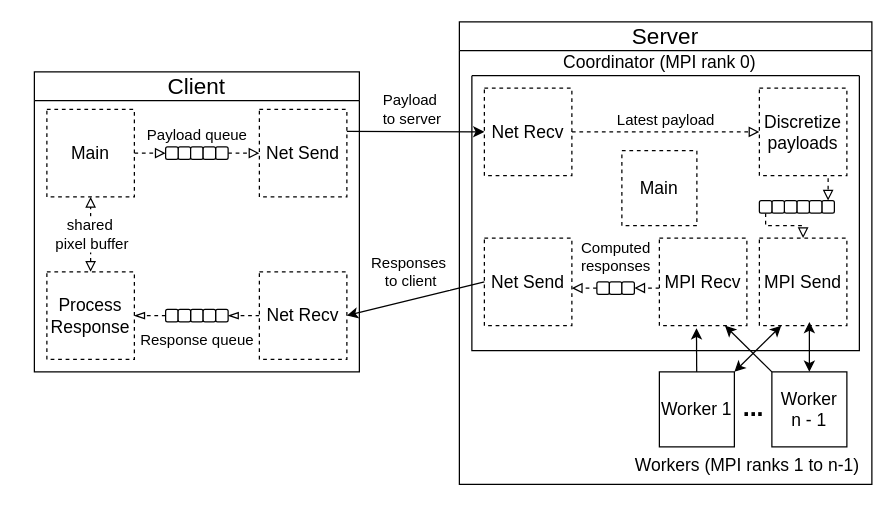
Above: papers/2025_SSCAD-WIC/figures/system_architecture.drawio in schnorr/fractal_pcad (draw.io), before the change. Source tidied: cells renumbered, new cells numbered last; positions are measured from the earlier drawing's top-left corner, leaving out a move shared by most shapes. Both pictures are drawn from the tidied source at 125%, with x=0, y=0 at pixel (34, 21).
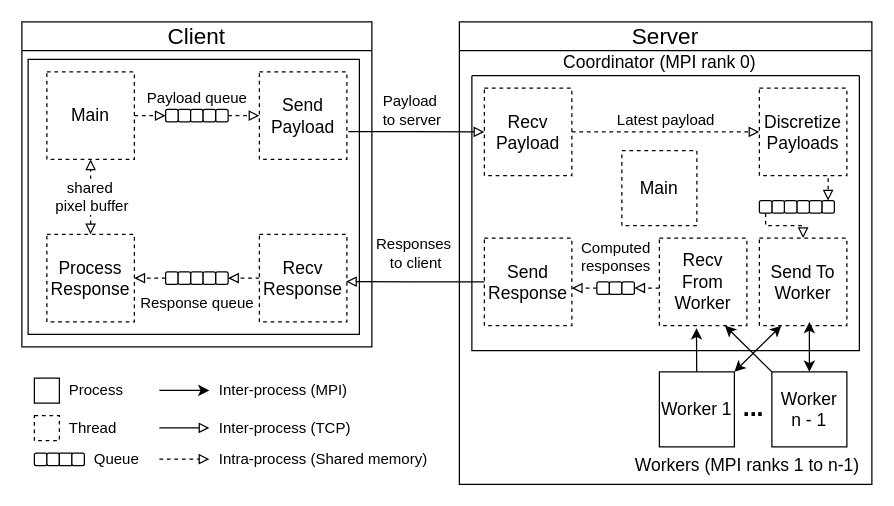
After the change.

Commit message (it also covers changes not shown here):
Updated system diagram

Unchanged cells that the change refers to:
```xml
<mxCell id="3" style="swimlane;startSize=0;" parent="2" vertex="1">
  <mxGeometry x="10" y="43" width="310" height="220" as="geometry" />
</mxCell>
```

The edit, as a diff of the source:
```diff
@@
-    <mxCell id="6" value="&lt;font face=&quot;Helvetica&quot; style=&quot;font-size: 14px;&quot;&gt;Net Recv&lt;/font&gt;" style="rounded=0;whiteSpace=wrap;html=1;dashed=1;" parent="3" vertex="1">
+    <mxCell id="6" value="&lt;font face=&quot;Helvetica&quot; style=&quot;font-size: 14px;&quot;&gt;Recv Payload&lt;/font&gt;" style="rounded=0;whiteSpace=wrap;html=1;dashed=1;" parent="3" vertex="1">
       <mxGeometry x="10" y="10" width="70" height="70" as="geometry" />
     </mxCell>
-    <mxCell id="7" value="&lt;font face=&quot;Helvetica&quot; style=&quot;font-size: 14px;&quot;&gt;Net Send&lt;/font&gt;" style="whiteSpace=wrap;html=1;dashed=1;" parent="3" vertex="1">
+    <mxCell id="7" value="&lt;font face=&quot;Helvetica&quot; style=&quot;font-size: 14px;&quot;&gt;Send Response&lt;/font&gt;" style="whiteSpace=wrap;html=1;dashed=1;" parent="3" vertex="1">
       <mxGeometry x="10" y="130" width="70" height="70" as="geometry" />
     </mxCell>
@@
-    <mxCell id="9" value="&lt;font face=&quot;Helvetica&quot; style=&quot;font-size: 14px;&quot;&gt;Discretize payloads&lt;/font&gt;" style="rounded=0;whiteSpace=wrap;html=1;dashed=1;" parent="3" vertex="1">
+    <mxCell id="9" value="&lt;font face=&quot;Helvetica&quot; style=&quot;font-size: 14px;&quot;&gt;Discretize Payloads&lt;/font&gt;" style="rounded=0;whiteSpace=wrap;html=1;dashed=1;" parent="3" vertex="1">
       <mxGeometry x="230" y="10" width="70" height="70" as="geometry" />
     </mxCell>
-    <mxCell id="10" value="&lt;font face=&quot;Helvetica&quot; style=&quot;font-size: 14px;&quot;&gt;MPI Send&lt;/font&gt;" style="whiteSpace=wrap;html=1;dashed=1;" parent="3" vertex="1">
+    <mxCell id="10" value="&lt;font face=&quot;Helvetica&quot; style=&quot;font-size: 14px;&quot;&gt;Send To Worker&lt;/font&gt;" style="whiteSpace=wrap;html=1;dashed=1;" parent="3" vertex="1">
       <mxGeometry x="230" y="130" width="70" height="70" as="geometry" />
     </mxCell>
@@
-    <mxCell id="12" value="&lt;font style=&quot;font-size: 14px;&quot;&gt;MPI Recv&lt;/font&gt;" style="whiteSpace=wrap;html=1;dashed=1;" parent="3" vertex="1">
+    <mxCell id="12" value="&lt;font style=&quot;font-size: 14px;&quot;&gt;Recv From Worker&lt;/font&gt;" style="whiteSpace=wrap;html=1;dashed=1;" parent="3" vertex="1">
       <mxGeometry x="150" y="130" width="70" height="70" as="geometry" />
     </mxCell>
@@
     <mxCell id="35" value="&lt;font face=&quot;Helvetica&quot; style=&quot;font-size: 18px; font-weight: normal;&quot;&gt;Client&lt;/font&gt;" style="swimlane;whiteSpace=wrap;html=1;" parent="1" vertex="1">
-      <mxGeometry y="40" width="260" height="240" as="geometry" />
+      <mxGeometry x="-10" width="280" height="260" as="geometry" />
     </mxCell>
+    <mxCell id="62" style="rounded=0;whiteSpace=wrap;html=1;" parent="35" vertex="1">
+      <mxGeometry x="5" y="30" width="265" height="220" as="geometry" />
+    </mxCell>
     <mxCell id="36" style="edgeStyle=orthogonalEdgeStyle;rounded=0;jettySize=auto;html=1;entryX=0;entryY=0.5;entryDx=0;entryDy=0;endArrow=block;endFill=0;dashed=1;" parent="35" edge="1" source="37" target="49">
       <mxGeometry relative="1" as="geometry">
         <Array as="points">
-          <mxPoint x="90" y="65" />
-          <mxPoint x="90" y="65" />
+          <mxPoint x="100" y="75" />
+          <mxPoint x="100" y="75" />
         </Array>
       </mxGeometry>
     </mxCell>
     <mxCell id="37" value="&lt;font face=&quot;Helvetica&quot; style=&quot;font-size: 14px;&quot;&gt;Main&lt;/font&gt;" style="rounded=0;whiteSpace=wrap;html=1;dashed=1;" parent="35" vertex="1">
-      <mxGeometry x="10" y="30" width="70" height="70" as="geometry" />
+      <mxGeometry x="20" y="40" width="70" height="70" as="geometry" />
     </mxCell>
@@
     <mxCell id="40" value="&lt;font face=&quot;Helvetica&quot; style=&quot;font-size: 14px;&quot;&gt;Process Response&lt;/font&gt;" style="whiteSpace=wrap;html=1;dashed=1;" parent="35" vertex="1">
-      <mxGeometry x="10" y="160" width="70" height="70" as="geometry" />
+      <mxGeometry x="20" y="170" width="70" height="70" as="geometry" />
     </mxCell>
-    <mxCell id="41" value="&lt;font face=&quot;Helvetica&quot; style=&quot;font-size: 14px;&quot;&gt;Net Send&lt;/font&gt;" style="whiteSpace=wrap;html=1;dashed=1;" parent="35" vertex="1">
-      <mxGeometry x="180" y="30" width="70" height="70" as="geometry" />
+    <mxCell id="41" value="&lt;font face=&quot;Helvetica&quot; style=&quot;font-size: 14px;&quot;&gt;Send Payload&lt;/font&gt;" style="whiteSpace=wrap;html=1;dashed=1;" parent="35" vertex="1">
+      <mxGeometry x="190" y="40" width="70" height="70" as="geometry" />
     </mxCell>
-    <mxCell id="42" style="edgeStyle=orthogonalEdgeStyle;rounded=0;jettySize=auto;html=1;entryX=1;entryY=0.5;entryDx=0;entryDy=0;endArrow=blockThin;endFill=0;dashed=1;" parent="35" edge="1" source="43" target="51">
+    <mxCell id="42" style="edgeStyle=orthogonalEdgeStyle;rounded=0;jettySize=auto;html=1;entryX=1;entryY=0.5;entryDx=0;entryDy=0;endArrow=block;endFill=0;dashed=1;" parent="35" edge="1" source="43" target="51">
       <mxGeometry relative="1" as="geometry">
         <Array as="points">
-          <mxPoint x="180" y="195" />
-          <mxPoint x="180" y="195" />
+          <mxPoint x="190" y="205" />
+          <mxPoint x="190" y="205" />
         </Array>
       </mxGeometry>
     </mxCell>
-    <mxCell id="43" value="&lt;font face=&quot;Helvetica&quot; style=&quot;font-size: 14px;&quot;&gt;Net Recv&lt;/font&gt;" style="rounded=0;whiteSpace=wrap;html=1;dashed=1;" parent="35" vertex="1">
-      <mxGeometry x="180" y="160" width="70" height="70" as="geometry" />
+    <mxCell id="43" value="&lt;font face=&quot;Helvetica&quot; style=&quot;font-size: 14px;&quot;&gt;Recv Response&lt;/font&gt;" style="rounded=0;whiteSpace=wrap;html=1;dashed=1;" parent="35" vertex="1">
+      <mxGeometry x="190" y="170" width="70" height="70" as="geometry" />
     </mxCell>
     <mxCell id="44" style="rounded=1;whiteSpace=wrap;html=1;" parent="35" vertex="1">
-      <mxGeometry x="115" y="60" width="10" height="10" as="geometry" />
+      <mxGeometry x="125" y="70" width="10" height="10" as="geometry" />
     </mxCell>
     <mxCell id="45" style="edgeStyle=orthogonalEdgeStyle;rounded=0;jettySize=auto;html=1;dashed=1;endArrow=block;endFill=0;exitX=1;exitY=0.5;exitDx=0;exitDy=0;" parent="35" edge="1" source="46">
       <mxGeometry relative="1" as="geometry">
-        <mxPoint x="180" y="65" as="targetPoint" />
+        <mxPoint x="190" y="75" as="targetPoint" />
         <Array as="points">
-          <mxPoint x="160" y="65" />
+          <mxPoint x="170" y="75" />
         </Array>
       </mxGeometry>
     </mxCell>
     <mxCell id="46" style="rounded=1;whiteSpace=wrap;html=1;" parent="35" vertex="1">
-      <mxGeometry x="145" y="60" width="10" height="10" as="geometry" />
+      <mxGeometry x="155" y="70" width="10" height="10" as="geometry" />
     </mxCell>
     <mxCell id="47" style="rounded=1;whiteSpace=wrap;html=1;" parent="35" vertex="1">
-      <mxGeometry x="125" y="60" width="10" height="10" as="geometry" />
+      <mxGeometry x="135" y="70" width="10" height="10" as="geometry" />
     </mxCell>
     <mxCell id="48" style="rounded=1;whiteSpace=wrap;html=1;" parent="35" vertex="1">
-      <mxGeometry x="135" y="60" width="10" height="10" as="geometry" />
+      <mxGeometry x="145" y="70" width="10" height="10" as="geometry" />
     </mxCell>
     <mxCell id="49" style="rounded=1;whiteSpace=wrap;html=1;" parent="35" vertex="1">
-      <mxGeometry x="105" y="60" width="10" height="10" as="geometry" />
+      <mxGeometry x="115" y="70" width="10" height="10" as="geometry" />
     </mxCell>
     <mxCell id="50" value="&lt;font face=&quot;Helvetica&quot; style=&quot;font-size: 12px;&quot;&gt;Payload queue&lt;/font&gt;" style="text;html=1;align=center;verticalAlign=bottom;strokeColor=none;fillColor=none;fontSize=10;" parent="35" vertex="1">
-      <mxGeometry x="80" y="30" width="100" height="30" as="geometry" />
+      <mxGeometry x="90" y="40" width="100" height="30" as="geometry" />
     </mxCell>
     <mxCell id="51" style="rounded=1;whiteSpace=wrap;html=1;" parent="35" vertex="1">
-      <mxGeometry x="145" y="190" width="10" height="10" as="geometry" />
+      <mxGeometry x="155" y="200" width="10" height="10" as="geometry" />
     </mxCell>
     <mxCell id="52" style="rounded=1;whiteSpace=wrap;html=1;" parent="35" vertex="1">
-      <mxGeometry x="125" y="190" width="10" height="10" as="geometry" />
+      <mxGeometry x="135" y="200" width="10" height="10" as="geometry" />
     </mxCell>
     <mxCell id="53" style="rounded=1;whiteSpace=wrap;html=1;" parent="35" vertex="1">
-      <mxGeometry x="135" y="190" width="10" height="10" as="geometry" />
+      <mxGeometry x="145" y="200" width="10" height="10" as="geometry" />
     </mxCell>
-    <mxCell id="54" style="edgeStyle=orthogonalEdgeStyle;rounded=0;jettySize=auto;html=1;entryX=1;entryY=0.5;entryDx=0;entryDy=0;endArrow=blockThin;endFill=0;dashed=1;" parent="35" edge="1" source="55" target="40">
+    <mxCell id="54" style="edgeStyle=orthogonalEdgeStyle;rounded=0;jettySize=auto;html=1;entryX=1;entryY=0.5;entryDx=0;entryDy=0;endArrow=block;endFill=0;dashed=1;" parent="35" edge="1" source="55" target="40">
       <mxGeometry relative="1" as="geometry">
         <Array as="points">
-          <mxPoint x="100" y="195" />
-          <mxPoint x="100" y="195" />
+          <mxPoint x="110" y="205" />
+          <mxPoint x="110" y="205" />
         </Array>
       </mxGeometry>
     </mxCell>
     <mxCell id="55" style="rounded=1;whiteSpace=wrap;html=1;" parent="35" vertex="1">
-      <mxGeometry x="105" y="190" width="10" height="10" as="geometry" />
+      <mxGeometry x="115" y="200" width="10" height="10" as="geometry" />
     </mxCell>
     <mxCell id="56" style="rounded=1;whiteSpace=wrap;html=1;" parent="35" vertex="1">
-      <mxGeometry x="115" y="190" width="10" height="10" as="geometry" />
+      <mxGeometry x="125" y="200" width="10" height="10" as="geometry" />
     </mxCell>
     <mxCell id="57" value="Response queue" style="text;html=1;align=center;verticalAlign=middle;strokeColor=none;fillColor=none;" parent="35" vertex="1">
-      <mxGeometry x="75" y="200" width="110" height="30" as="geometry" />
+      <mxGeometry x="85" y="210" width="110" height="30" as="geometry" />
     </mxCell>
-    <mxCell id="58" style="rounded=0;jettySize=auto;html=1;entryX=0;entryY=0.5;entryDx=0;entryDy=0;exitX=1;exitY=0.25;exitDx=0;exitDy=0;" parent="1" edge="1" source="41" target="6">
+    <mxCell id="58" style="rounded=0;jettySize=auto;html=1;entryX=0;entryY=0.5;entryDx=0;entryDy=0;edgeStyle=orthogonalEdgeStyle;exitX=1.017;exitY=0.683;exitDx=0;exitDy=0;exitPerimeter=0;endArrow=block;endFill=0;" parent="1" edge="1" source="41" target="6">
       <mxGeometry relative="1" as="geometry" />
     </mxCell>
@@
-    <mxCell id="60" style="rounded=0;jettySize=auto;html=1;entryX=1;entryY=0.5;entryDx=0;entryDy=0;exitX=0;exitY=0.5;exitDx=0;exitDy=0;" parent="1" edge="1" source="7" target="43">
+    <mxCell id="60" style="rounded=0;jettySize=auto;html=1;entryX=0.991;entryY=0.54;entryDx=0;entryDy=0;exitX=0;exitY=0.5;exitDx=0;exitDy=0;entryPerimeter=0;edgeStyle=orthogonalEdgeStyle;endArrow=block;endFill=0;" parent="1" edge="1" source="7" target="43">
       <mxGeometry relative="1" as="geometry" />
     </mxCell>
     <mxCell id="61" value="&lt;font face=&quot;Helvetica&quot; style=&quot;font-size: 12px;&quot;&gt;Responses&amp;nbsp;&lt;/font&gt;&lt;div&gt;&lt;font face=&quot;Helvetica&quot; style=&quot;font-size: 12px;&quot;&gt;to client&lt;/font&gt;&lt;/div&gt;" style="edgeLabel;html=1;align=center;verticalAlign=middle;" parent="60" vertex="1">
       <mxGeometry x="0.02" y="-3" relative="1" as="geometry">
-        <mxPoint x="-2" y="-19" as="offset" />
+        <mxPoint x="1" y="-20" as="offset" />
       </mxGeometry>
     </mxCell>
+    <mxCell id="63" style="rounded=0;whiteSpace=wrap;html=1;" parent="1" vertex="1">
+      <mxGeometry y="285" width="20" height="20" as="geometry" />
+    </mxCell>
+    <mxCell id="64" value="Process" style="text;html=1;align=left;verticalAlign=middle;strokeColor=none;fillColor=none;spacingLeft=6;" parent="1" vertex="1">
+      <mxGeometry x="20" y="280" width="70" height="30" as="geometry" />
+    </mxCell>
+    <mxCell id="65" style="rounded=0;whiteSpace=wrap;html=1;dashed=1;" parent="1" vertex="1">
+      <mxGeometry y="315" width="20" height="20" as="geometry" />
+    </mxCell>
+    <mxCell id="66" value="Thread" style="text;html=1;align=left;verticalAlign=middle;strokeColor=none;fillColor=none;spacingLeft=6;" parent="1" vertex="1">
+      <mxGeometry x="20" y="310" width="70" height="30" as="geometry" />
+    </mxCell>
+    <mxCell id="67" style="rounded=1;whiteSpace=wrap;html=1;" parent="1" vertex="1">
+      <mxGeometry y="345" width="10" height="10" as="geometry" />
+    </mxCell>
+    <mxCell id="68" style="rounded=1;whiteSpace=wrap;html=1;" parent="1" vertex="1">
+      <mxGeometry x="10" y="345" width="10" height="10" as="geometry" />
+    </mxCell>
+    <mxCell id="69" style="rounded=0;whiteSpace=wrap;html=1;" parent="1" vertex="1">
+      <mxGeometry x="20" y="345" width="10" height="10" as="geometry" />
+    </mxCell>
+    <mxCell id="70" style="rounded=1;whiteSpace=wrap;html=1;" parent="1" vertex="1">
+      <mxGeometry x="30" y="345" width="10" height="10" as="geometry" />
+    </mxCell>
+    <mxCell id="71" value="Queue" style="text;html=1;align=left;verticalAlign=middle;strokeColor=none;fillColor=none;spacingLeft=6;" parent="1" vertex="1">
+      <mxGeometry x="40" y="335" width="60" height="30" as="geometry" />
+    </mxCell>
+    <mxCell id="72" style="endArrow=classic;html=1;rounded=0;" parent="1" edge="1">
+      <mxGeometry relative="1" as="geometry">
+        <mxPoint x="100" y="294.8" as="sourcePoint" />
+        <mxPoint x="140" y="294.8" as="targetPoint" />
+        <Array as="points">
+          <mxPoint x="120" y="294.8" />
+        </Array>
+      </mxGeometry>
+    </mxCell>
+    <mxCell id="73" value="&lt;div&gt;Inter‑process (MPI)&lt;/div&gt;" style="text;html=1;align=left;verticalAlign=middle;strokeColor=none;fillColor=none;spacingLeft=6;" parent="1" vertex="1">
+      <mxGeometry x="140" y="280" width="130" height="30" as="geometry" />
+    </mxCell>
+    <mxCell id="74" style="endArrow=block;html=1;rounded=0;endFill=0;" parent="1" edge="1">
+      <mxGeometry relative="1" as="geometry">
+        <mxPoint x="100" y="324.8" as="sourcePoint" />
+        <mxPoint x="140" y="324.8" as="targetPoint" />
+        <Array as="points">
+          <mxPoint x="120" y="324.8" />
+        </Array>
+      </mxGeometry>
+    </mxCell>
+    <mxCell id="75" value="Inter-process (TCP)" style="text;html=1;align=left;verticalAlign=middle;strokeColor=none;fillColor=none;spacingLeft=6;" parent="1" vertex="1">
+      <mxGeometry x="140" y="310" width="130" height="30" as="geometry" />
+    </mxCell>
+    <mxCell id="76" style="endArrow=block;html=1;rounded=0;endFill=0;dashed=1;" parent="1" edge="1">
+      <mxGeometry relative="1" as="geometry">
+        <mxPoint x="100" y="349.8" as="sourcePoint" />
+        <mxPoint x="140" y="349.8" as="targetPoint" />
+        <Array as="points">
+          <mxPoint x="120" y="349.8" />
+        </Array>
+      </mxGeometry>
+    </mxCell>
+    <mxCell id="77" value="Intra-process (Shared memory)" style="text;html=1;align=left;verticalAlign=middle;strokeColor=none;fillColor=none;spacingLeft=6;" parent="1" vertex="1">
+      <mxGeometry x="140" y="335" width="190" height="30" as="geometry" />
+    </mxCell>
```
